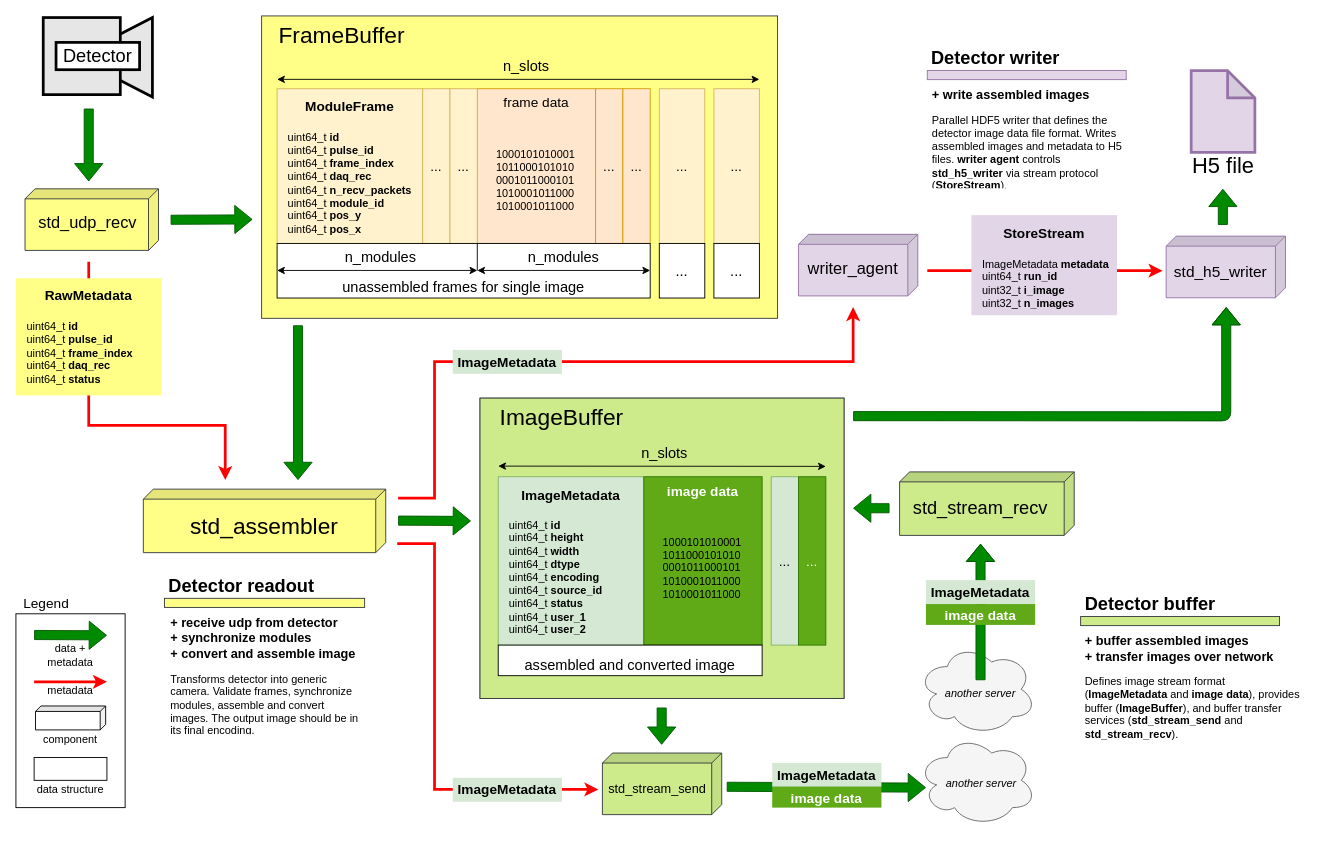
paulscherrerinstitute/std_daq_service keeps this draw.io diagram as page "detector_data_flow" (3 of 3) of docs/diagrams.drawio. Above is the earlier version. Source tidied: cells renumbered, new cells numbered last; positions are measured from the earlier drawing's top-left corner, leaving out a move shared by most shapes. Both pictures are drawn from the tidied source at 91%, with x=0, y=0 at pixel (15, 15).
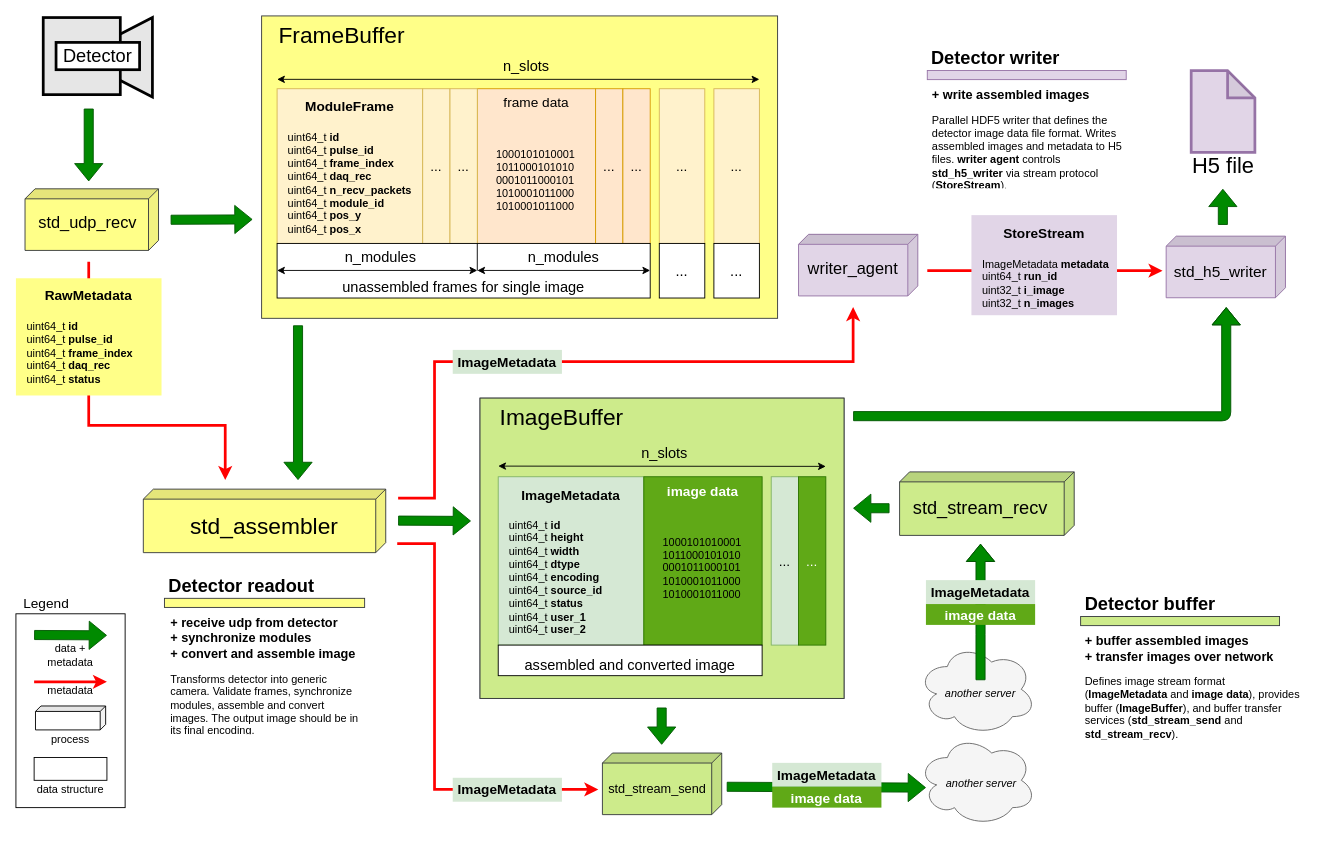
After the change.

Unchanged cells that the change refers to:
```xml
<mxCell id="132" style="group;" parent="1" vertex="1">
  <mxGeometry y="657" width="120" height="213" as="geometry" />
</mxCell>
```

Diff of the diagram source:
```diff
@@
-    <mxCell id="139" value="component" style="text;html=1;strokeColor=none;fillColor=none;align=center;verticalAlign=middle;whiteSpace=wrap;rounded=0;" parent="132" vertex="1">
+    <mxCell id="139" value="process" style="text;html=1;strokeColor=none;fillColor=none;align=center;verticalAlign=middle;whiteSpace=wrap;rounded=0;" parent="132" vertex="1">
       <mxGeometry x="20" y="129.1" width="80" height="20" as="geometry" />
     </mxCell>
```
